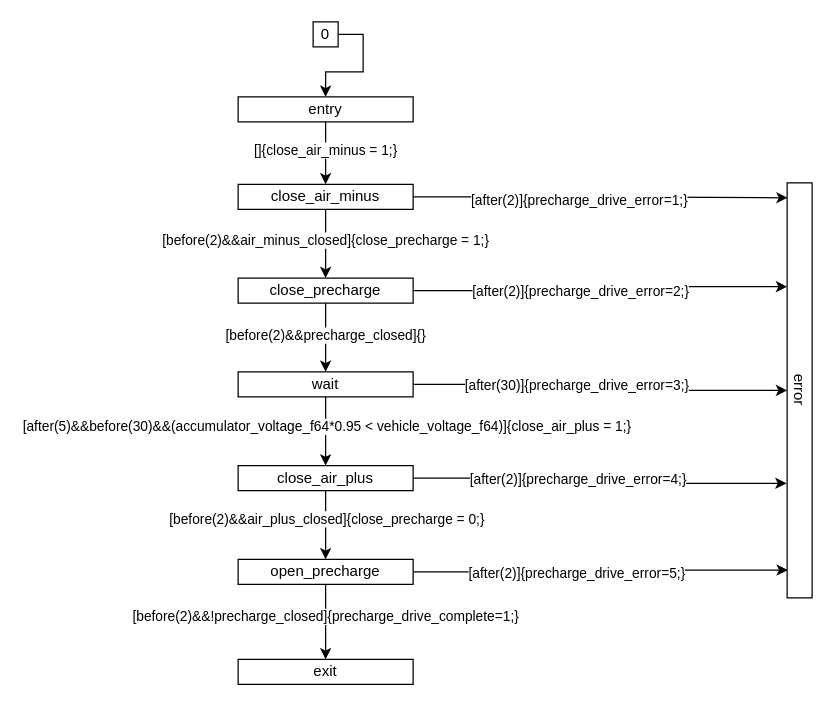
Above: page "precharge_drive" (2 of 7) of xver/xsm/XML/graph.drawio in osceri/AMS-CC (draw.io), before the change. Source tidied: cells renumbered, new cells numbered last; positions are measured from the earlier drawing's top-left corner, leaving out a move shared by most shapes. Both pictures are drawn from the tidied source at 125%, with x=0, y=0 at pixel (238, 21).
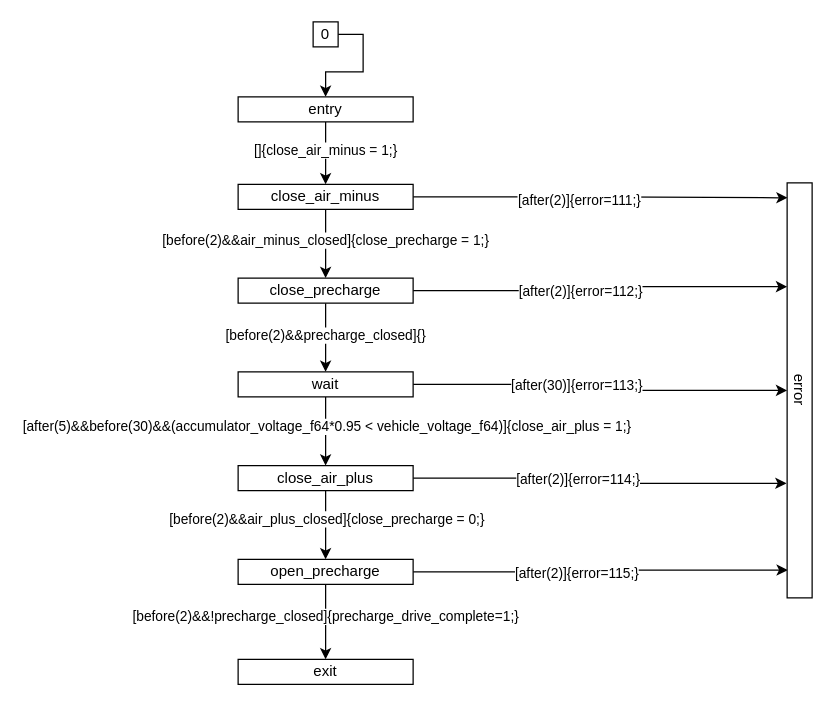
The same page after the edit.

Unchanged cells that the change refers to:
```xml
<mxCell id="4" style="edgeStyle=orthogonalEdgeStyle;rounded=0;jettySize=auto;html=1;exitX=1;exitY=0.5;exitDx=0;exitDy=0;entryX=0.036;entryY=0.983;entryDx=0;entryDy=0;entryPerimeter=0;" parent="1" edge="1" source="6" target="27">
  <mxGeometry relative="1" as="geometry" />
</mxCell>
<mxCell id="9" style="edgeStyle=orthogonalEdgeStyle;rounded=0;jettySize=auto;html=1;exitX=1;exitY=0.5;exitDx=0;exitDy=0;entryX=0.25;entryY=1;entryDx=0;entryDy=0;" parent="1" edge="1" source="11" target="27">
  <mxGeometry relative="1" as="geometry" />
</mxCell>
<mxCell id="14" style="edgeStyle=orthogonalEdgeStyle;rounded=0;jettySize=auto;html=1;exitX=1;exitY=0.5;exitDx=0;exitDy=0;entryX=0.5;entryY=1;entryDx=0;entryDy=0;" parent="1" edge="1" source="16" target="27">
  <mxGeometry relative="1" as="geometry" />
</mxCell>
<mxCell id="19" style="edgeStyle=orthogonalEdgeStyle;rounded=0;jettySize=auto;html=1;exitX=1;exitY=0.5;exitDx=0;exitDy=0;entryX=0.724;entryY=1.025;entryDx=0;entryDy=0;entryPerimeter=0;" parent="1" edge="1" source="21" target="27">
  <mxGeometry relative="1" as="geometry" />
</mxCell>
<mxCell id="22" style="edgeStyle=orthogonalEdgeStyle;rounded=0;jettySize=auto;html=1;exitX=1;exitY=0.5;exitDx=0;exitDy=0;entryX=0.933;entryY=0.975;entryDx=0;entryDy=0;entryPerimeter=0;" parent="1" edge="1" source="26" target="27">
  <mxGeometry relative="1" as="geometry" />
</mxCell>
```

Diff of the diagram source:
```diff
@@
-    <mxCell id="5" value="[after(2)]{precharge_drive_error=1;}" style="edgeLabel;html=1;align=center;verticalAlign=middle;" parent="4" vertex="1">
+    <mxCell id="5" value="[after(2)]{error=111;}" style="edgeLabel;html=1;align=center;verticalAlign=middle;" parent="4" vertex="1">
       <mxGeometry x="-0.12" y="-2" relative="1" as="geometry" />
     </mxCell>
@@
-    <mxCell id="10" value="[after(2)]{precharge_drive_error=2;}" style="edgeLabel;html=1;align=center;verticalAlign=middle;" parent="9" vertex="1">
+    <mxCell id="10" value="[after(2)]{error=112;}" style="edgeLabel;html=1;align=center;verticalAlign=middle;" parent="9" vertex="1">
       <mxGeometry x="-0.12" relative="1" as="geometry" />
     </mxCell>
@@
-    <mxCell id="15" value="[after(30)]{precharge_drive_error=3;}" style="edgeLabel;html=1;align=center;verticalAlign=middle;" parent="14" vertex="1">
+    <mxCell id="15" value="[after(30)]{error=113;}" style="edgeLabel;html=1;align=center;verticalAlign=middle;" parent="14" vertex="1">
       <mxGeometry x="-0.15" relative="1" as="geometry">
         <mxPoint x="1" as="offset" />
       </mxGeometry>
     </mxCell>
@@
-    <mxCell id="20" value="[after(2)]{precharge_drive_error=4;}" style="edgeLabel;html=1;align=center;verticalAlign=middle;" parent="19" vertex="1">
+    <mxCell id="20" value="[after(2)]{error=114;}" style="edgeLabel;html=1;align=center;verticalAlign=middle;" parent="19" vertex="1">
       <mxGeometry x="-0.67" y="-1" relative="1" as="geometry">
         <mxPoint x="81" y="-1" as="offset" />
       </mxGeometry>
     </mxCell>
@@
-    <mxCell id="23" value="[after(2)]{precharge_drive_error=5;}" style="edgeLabel;html=1;align=center;verticalAlign=middle;" parent="22" vertex="1">
+    <mxCell id="23" value="[after(2)]{error=115;}" style="edgeLabel;html=1;align=center;verticalAlign=middle;" parent="22" vertex="1">
       <mxGeometry x="-0.28" relative="1" as="geometry">
         <mxPoint x="22" as="offset" />
       </mxGeometry>
     </mxCell>
```
